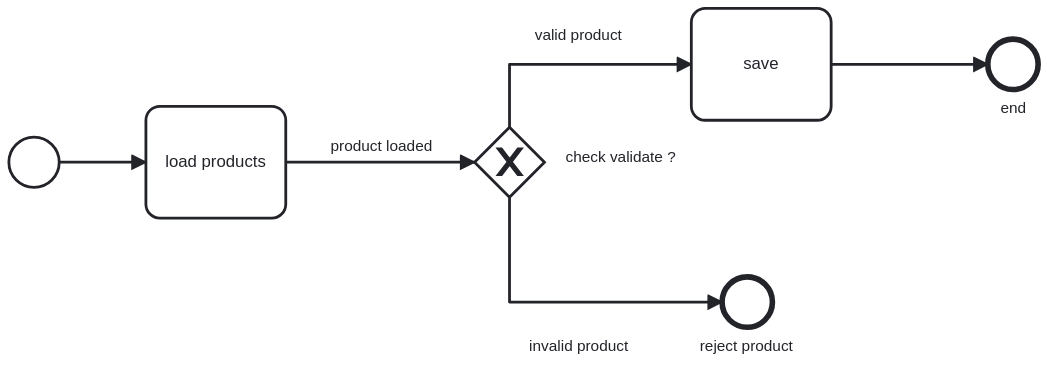
The BPMN diagram ioevent-file-processing/ioevent-file-processing-exemple.svg in ioevent-io/io-ioevent-examples, before a commit. Its source is kept beside it as ioevent-file-processing/ioevent-file-processing-exemple.bpmn. Ids are renumbered.
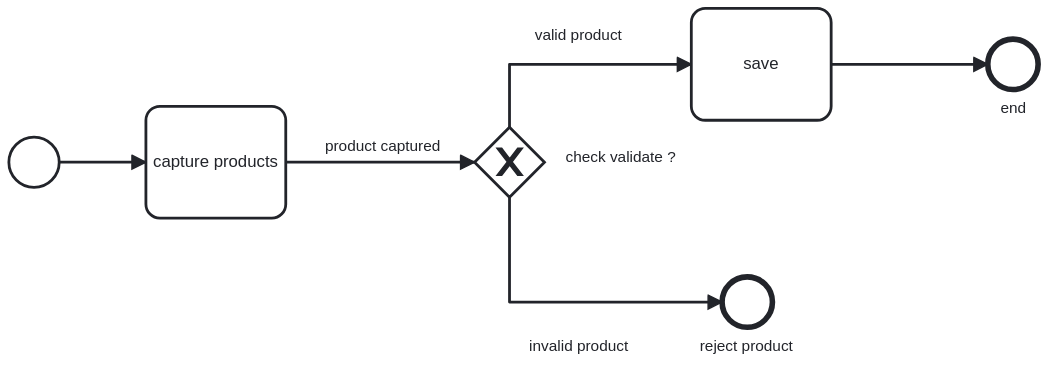
After the commit.

Commit message:
update task name

What changed in the source:
```diff
@@ -3,7 +3,7 @@
     <bpmn:startEvent id="StartEvent_n3">
       <bpmn:outgoing>Flow_n4</bpmn:outgoing>
     </bpmn:startEvent>
-    <bpmn:task id="Activity_n5" name="load products">
+    <bpmn:task id="Activity_n5" name="capture products">
       <bpmn:incoming>Flow_n4</bpmn:incoming>
       <bpmn:outgoing>Flow_n6</bpmn:outgoing>
     </bpmn:task>
@@ -13,7 +13,7 @@
       <bpmn:outgoing>Flow_n8</bpmn:outgoing>
       <bpmn:outgoing>Flow_n9</bpmn:outgoing>
     </bpmn:exclusiveGateway>
-    <bpmn:sequenceFlow id="Flow_n6" name="product loaded" sourceRef="Activity_n5" targetRef="Gateway_n7" />
+    <bpmn:sequenceFlow id="Flow_n6" name="product captured" sourceRef="Activity_n5" targetRef="Gateway_n7" />
     <bpmn:task id="Activity_n10" name="save">
       <bpmn:incoming>Flow_n8</bpmn:incoming>
       <bpmn:outgoing>Flow_n11</bpmn:outgoing>
@@ -54,13 +54,20 @@
         <di:waypoint x="350" y="180" />
         <di:waypoint x="485" y="180" />
         <bpmndi:BPMNLabel>
-          <dc:Bounds x="382" y="162" width="74" height="14" />
+          <dc:Bounds x="378" y="162" width="83" height="14" />
         </bpmndi:BPMNLabel>
       </bpmndi:BPMNEdge>
       <bpmndi:BPMNEdge id="Flow_n4_di" bpmnElement="Flow_n4">
         <di:waypoint x="188" y="180" />
         <di:waypoint x="250" y="180" />
       </bpmndi:BPMNEdge>
+      <bpmndi:BPMNShape id="_BPMNShape_StartEvent_2" bpmnElement="StartEvent_n3">
+        <dc:Bounds x="152" y="162" width="36" height="36" />
+      </bpmndi:BPMNShape>
+      <bpmndi:BPMNShape id="Activity_n5_di" bpmnElement="Activity_n5">
+        <dc:Bounds x="250" y="140" width="100" height="80" />
+        <bpmndi:BPMNLabel />
+      </bpmndi:BPMNShape>
       <bpmndi:BPMNShape id="Gateway_n7_di" bpmnElement="Gateway_n7" isMarkerVisible="true">
         <dc:Bounds x="485" y="155" width="50" height="50" />
         <bpmndi:BPMNLabel>
@@ -83,13 +90,6 @@
           <dc:Bounds x="861" y="135" width="19" height="14" />
         </bpmndi:BPMNLabel>
       </bpmndi:BPMNShape>
-      <bpmndi:BPMNShape id="_BPMNShape_StartEvent_2" bpmnElement="StartEvent_n3">
-        <dc:Bounds x="152" y="162" width="36" height="36" />
-      </bpmndi:BPMNShape>
-      <bpmndi:BPMNShape id="Activity_n5_di" bpmnElement="Activity_n5">
-        <dc:Bounds x="250" y="140" width="100" height="80" />
-        <bpmndi:BPMNLabel />
-      </bpmndi:BPMNShape>
     </bpmndi:BPMNPlane>
   </bpmndi:BPMNDiagram>
 </bpmn:definitions>
```
